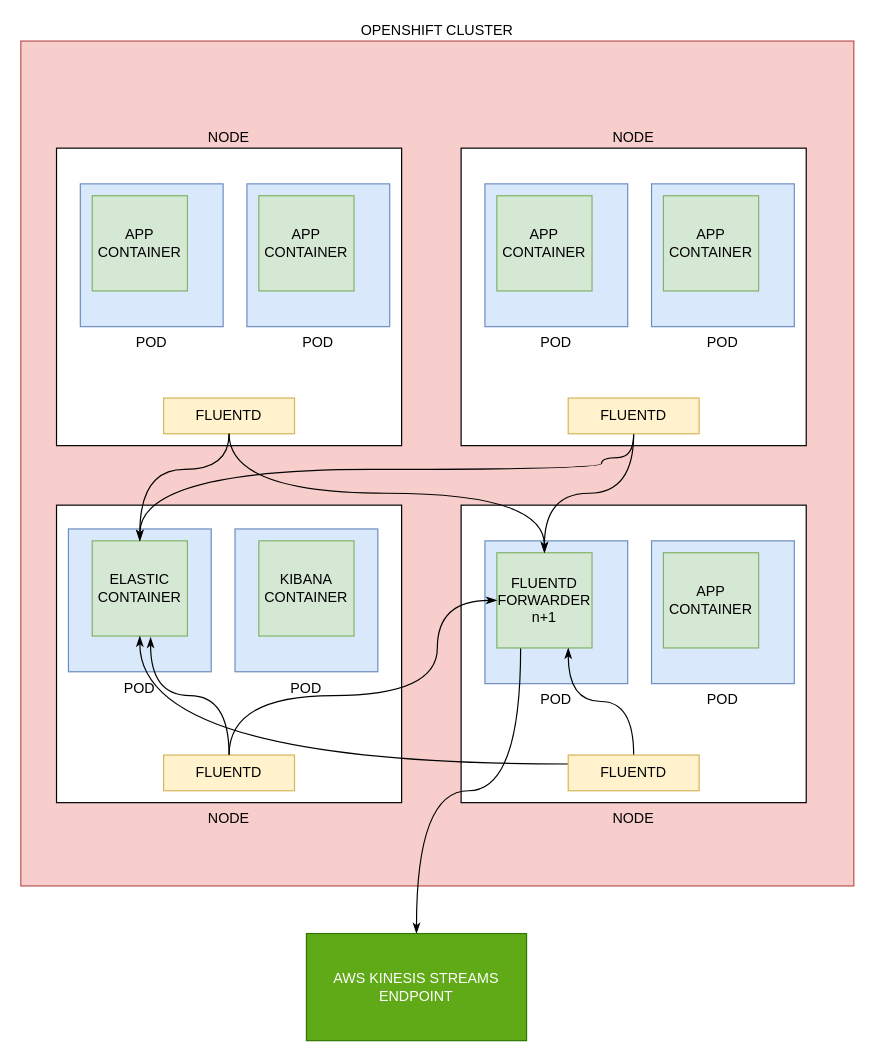
The draw.io diagram diagram/fluentd_kinesis_forwarder.drawio in worsco/ocp4-fluentd-kinesis-streams, before the edit. Source tidied: cells renumbered, new cells numbered last; positions are measured from the earlier drawing's top-left corner, leaving out a move shared by most shapes. Both pictures are drawn from the tidied source at 119%, with x=0, y=0 at pixel (20, 40).
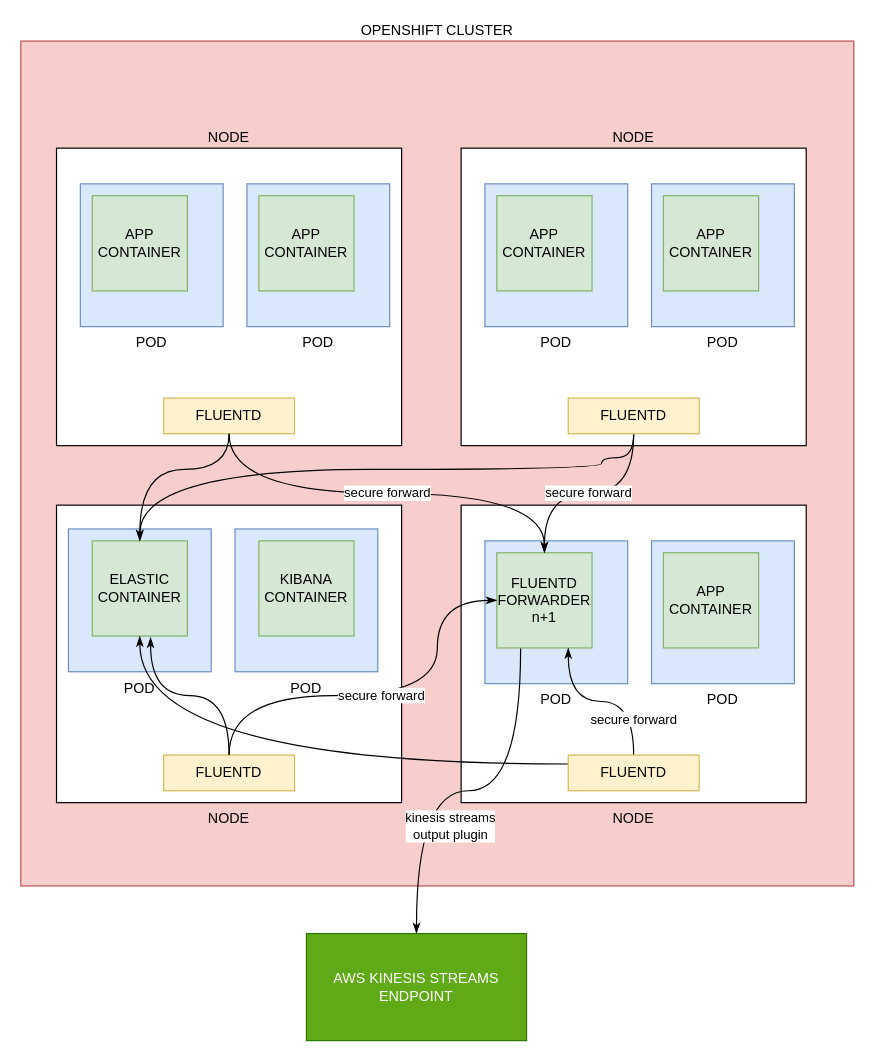
The same diagram, later.

The change refers to these unchanged cells:
```xml
<mxCell id="6" value="FLUENTD" style="rounded=0;whiteSpace=wrap;html=1;fillColor=#fff2cc;strokeColor=#d6b656;" parent="1" vertex="1">
  <mxGeometry x="120" y="300" width="110" height="30" as="geometry" />
</mxCell>
<mxCell id="15" value="FLUENTD" style="rounded=0;whiteSpace=wrap;html=1;fillColor=#fff2cc;strokeColor=#d6b656;" parent="1" vertex="1">
  <mxGeometry x="120" y="600" width="110" height="30" as="geometry" />
</mxCell>
<mxCell id="19" value="FLUENTD&lt;br&gt;FORWARDER&lt;br&gt;n+1" style="whiteSpace=wrap;html=1;fillColor=#d5e8d4;strokeColor=#82b366;" parent="1" vertex="1">
  <mxGeometry x="400" y="430" width="80" height="80" as="geometry" />
</mxCell>
<mxCell id="22" value="FLUENTD" style="rounded=0;whiteSpace=wrap;html=1;fillColor=#fff2cc;strokeColor=#d6b656;" parent="1" vertex="1">
  <mxGeometry x="460" y="600" width="110" height="30" as="geometry" />
</mxCell>
<mxCell id="30" value="FLUENTD" style="rounded=0;whiteSpace=wrap;html=1;fillColor=#fff2cc;strokeColor=#d6b656;" parent="1" vertex="1">
  <mxGeometry x="460" y="300" width="110" height="30" as="geometry" />
</mxCell>
<mxCell id="33" value="AWS KINESIS STREAMS&lt;br&gt;ENDPOINT" style="rounded=0;whiteSpace=wrap;html=1;fillColor=#60a917;strokeColor=#2D7600;fontColor=#ffffff;" parent="1" vertex="1">
  <mxGeometry x="240" y="750" width="185" height="90" as="geometry" />
</mxCell>
```

Change to the diagram source:
```diff
@@
-    <mxCell id="18" style="edgeStyle=orthogonalEdgeStyle;curved=1;rounded=0;jettySize=auto;html=1;exitX=0.25;exitY=1;exitDx=0;exitDy=0;endArrow=classicThin;endFill=1;strokeWidth=1;" parent="1" edge="1" source="19" target="33">
-      <mxGeometry relative="1" as="geometry" />
+    <mxCell id="18" value="kinesis streams&lt;br&gt;output plugin" style="edgeStyle=orthogonalEdgeStyle;curved=1;rounded=0;jettySize=auto;html=1;exitX=0.25;exitY=1;exitDx=0;exitDy=0;endArrow=classicThin;endFill=1;strokeWidth=1;" parent="1" edge="1" source="19" target="33">
+      <mxGeometry x="0.45" y="28" relative="1" as="geometry" />
     </mxCell>
@@
-    <mxCell id="20" style="edgeStyle=orthogonalEdgeStyle;curved=1;rounded=0;jettySize=auto;html=1;exitX=0.5;exitY=0;exitDx=0;exitDy=0;endArrow=classicThin;endFill=1;strokeWidth=1;entryX=0.75;entryY=1;entryDx=0;entryDy=0;" parent="1" edge="1" source="22" target="19">
-      <mxGeometry relative="1" as="geometry" />
+    <mxCell id="20" value="secure forward" style="edgeStyle=orthogonalEdgeStyle;curved=1;rounded=0;jettySize=auto;html=1;exitX=0.5;exitY=0;exitDx=0;exitDy=0;endArrow=classicThin;endFill=1;strokeWidth=1;entryX=0.75;entryY=1;entryDx=0;entryDy=0;" parent="1" edge="1" source="22" target="19">
+      <mxGeometry x="-0.59" relative="1" as="geometry" />
     </mxCell>
@@
-    <mxCell id="28" style="edgeStyle=orthogonalEdgeStyle;curved=1;rounded=0;jettySize=auto;html=1;exitX=0.5;exitY=1;exitDx=0;exitDy=0;endArrow=classicThin;endFill=1;strokeWidth=1;" parent="1" edge="1" source="30" target="19">
+    <mxCell id="28" value="secure forward" style="edgeStyle=orthogonalEdgeStyle;curved=1;rounded=0;jettySize=auto;html=1;exitX=0.5;exitY=1;exitDx=0;exitDy=0;endArrow=classicThin;endFill=1;strokeWidth=1;" parent="1" edge="1" source="30" target="19">
       <mxGeometry relative="1" as="geometry" />
     </mxCell>
@@
-    <mxCell id="35" style="edgeStyle=orthogonalEdgeStyle;curved=1;rounded=0;jettySize=auto;html=1;exitX=0.5;exitY=1;exitDx=0;exitDy=0;endArrow=classicThin;endFill=1;strokeWidth=1;" parent="1" edge="1" source="6" target="19">
+    <mxCell id="35" value="secure forward" style="edgeStyle=orthogonalEdgeStyle;curved=1;rounded=0;jettySize=auto;html=1;exitX=0.5;exitY=1;exitDx=0;exitDy=0;endArrow=classicThin;endFill=1;strokeWidth=1;" parent="1" edge="1" source="6" target="19">
       <mxGeometry relative="1" as="geometry" />
     </mxCell>
-    <mxCell id="36" style="edgeStyle=orthogonalEdgeStyle;curved=1;rounded=0;jettySize=auto;html=1;exitX=0.5;exitY=0;exitDx=0;exitDy=0;entryX=0;entryY=0.5;entryDx=0;entryDy=0;endArrow=classicThin;endFill=1;strokeWidth=1;fontColor=#000000;" parent="1" edge="1" source="15" target="19">
+    <mxCell id="36" value="secure forward" style="edgeStyle=orthogonalEdgeStyle;curved=1;rounded=0;jettySize=auto;html=1;exitX=0.5;exitY=0;exitDx=0;exitDy=0;entryX=0;entryY=0.5;entryDx=0;entryDy=0;endArrow=classicThin;endFill=1;strokeWidth=1;fontColor=#000000;" parent="1" edge="1" source="15" target="19">
       <mxGeometry relative="1" as="geometry">
         <Array as="points">
           <mxPoint x="175" y="550" />
           <mxPoint x="350" y="550" />
           <mxPoint x="350" y="470" />
         </Array>
       </mxGeometry>
     </mxCell>
```
